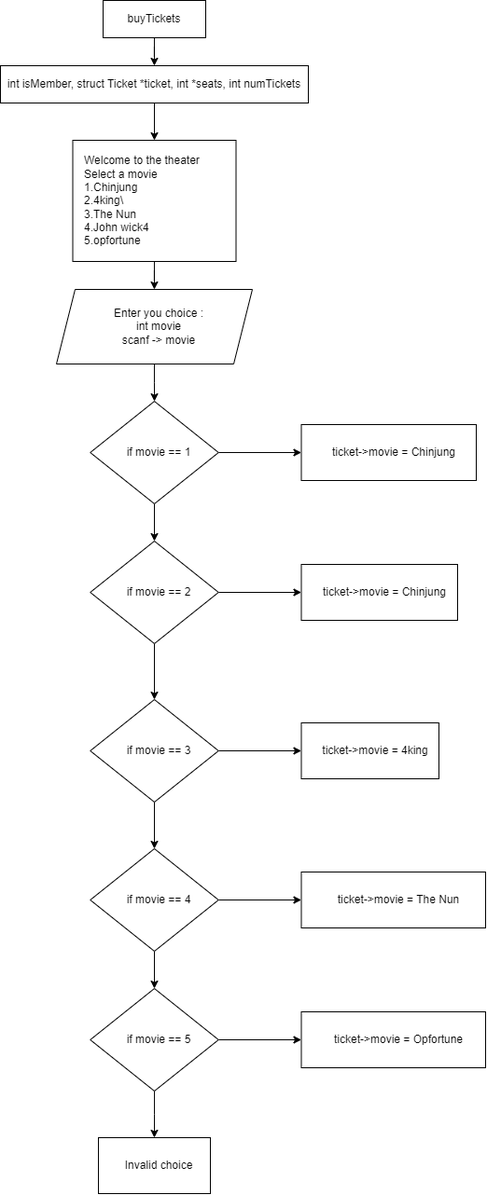
Earlier version of the draw.io export buyTickets.drawio.png (Nuttph/Project_C_Flowchart). Source tidied: cells renumbered, new cells last; positions are measured from the earlier drawing's top-left corner, leaving out a move shared by most shapes.
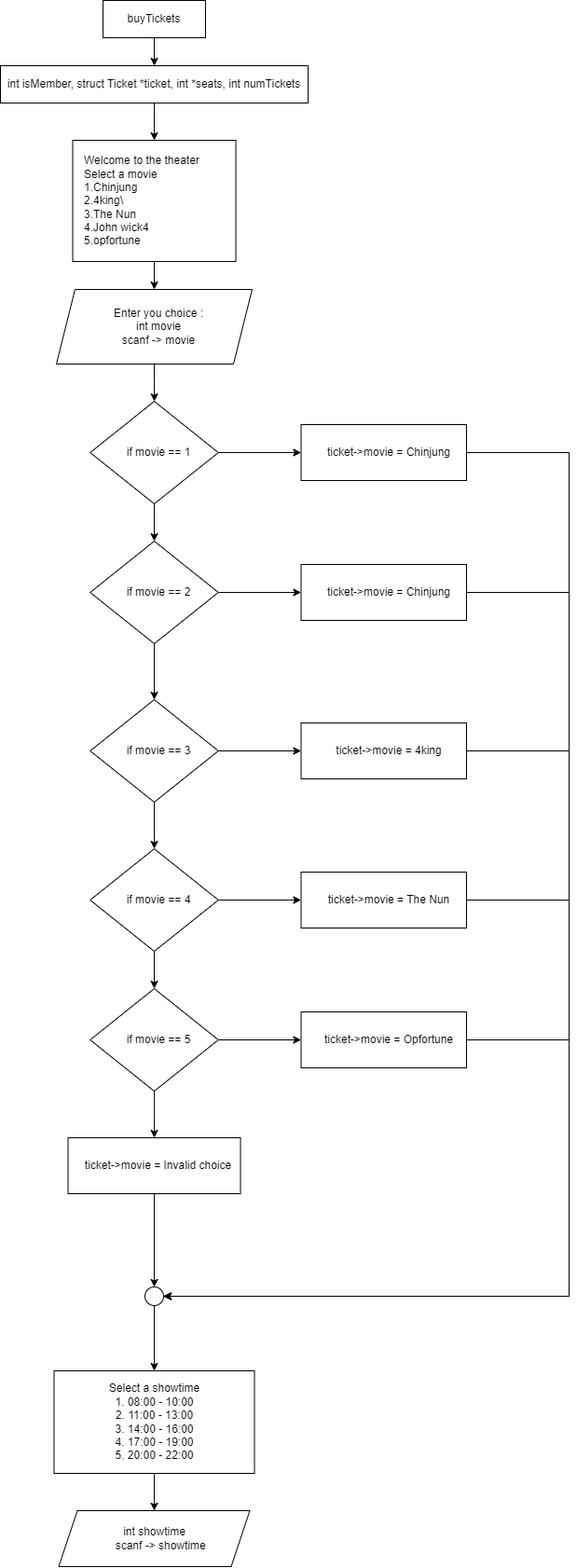
Later version of the same file.

What changed in the source:
```diff
@@ -71,23 +71,81 @@
     <mxCell id="24" value="if movie == 5" style="rhombus;whiteSpace=wrap;html=1;rounded=0;spacingLeft=10;" parent="1" vertex="1">
       <mxGeometry x="96.2" y="1060" width="137.5" height="110" as="geometry" />
     </mxCell>
+    <mxCell id="31" style="edgeStyle=orthogonalEdgeStyle;rounded=0;jettySize=auto;html=1;entryX=0.5;entryY=0;entryDx=0;entryDy=0;" parent="1" edge="1" source="25" target="38">
+      <mxGeometry relative="1" as="geometry" />
+    </mxCell>
-    <mxCell id="25" value="Invalid choice" style="whiteSpace=wrap;html=1;rounded=0;spacingLeft=10;" parent="1" vertex="1">
-      <mxGeometry x="105" y="1220" width="120" height="60" as="geometry" />
+    <mxCell id="25" value="ticket-&amp;gt;movie =&amp;nbsp;Invalid choice" style="whiteSpace=wrap;html=1;rounded=0;spacingLeft=10;" parent="1" vertex="1">
+      <mxGeometry x="72.5" y="1220" width="185" height="60" as="geometry" />
     </mxCell>
+    <mxCell id="32" style="edgeStyle=orthogonalEdgeStyle;rounded=0;jettySize=auto;html=1;entryX=1;entryY=0.5;entryDx=0;entryDy=0;" parent="1" edge="1" source="26" target="38">
+      <mxGeometry relative="1" as="geometry">
+        <Array as="points">
+          <mxPoint x="610" y="485" />
+          <mxPoint x="610" y="1390" />
+        </Array>
+      </mxGeometry>
+    </mxCell>
     <mxCell id="26" value="ticket-&amp;gt;movie =&amp;nbsp;Chinjung" style="whiteSpace=wrap;html=1;rounded=0;spacingLeft=10;" parent="1" vertex="1">
-      <mxGeometry x="322.5" y="455" width="187.5" height="60" as="geometry" />
+      <mxGeometry x="322.5" y="455" width="177.5" height="60" as="geometry" />
     </mxCell>
+    <mxCell id="33" style="edgeStyle=orthogonalEdgeStyle;rounded=0;jettySize=auto;html=1;entryX=1;entryY=0.5;entryDx=0;entryDy=0;" parent="1" edge="1" source="27" target="38">
+      <mxGeometry relative="1" as="geometry">
+        <Array as="points">
+          <mxPoint x="610" y="635" />
+          <mxPoint x="610" y="1390" />
+        </Array>
+      </mxGeometry>
+    </mxCell>
     <mxCell id="27" value="ticket-&amp;gt;movie =&amp;nbsp;Chinjung" style="whiteSpace=wrap;html=1;rounded=0;spacingLeft=10;" parent="1" vertex="1">
-      <mxGeometry x="322.5" y="605" width="167.5" height="60" as="geometry" />
+      <mxGeometry x="322.5" y="605" width="177.5" height="60" as="geometry" />
     </mxCell>
+    <mxCell id="34" style="edgeStyle=orthogonalEdgeStyle;rounded=0;jettySize=auto;html=1;entryX=1;entryY=0.5;entryDx=0;entryDy=0;" parent="1" edge="1" source="28" target="38">
+      <mxGeometry relative="1" as="geometry">
+        <Array as="points">
+          <mxPoint x="610" y="805" />
+          <mxPoint x="610" y="1390" />
+        </Array>
+      </mxGeometry>
+    </mxCell>
     <mxCell id="28" value="ticket-&amp;gt;movie =&amp;nbsp;4king" style="whiteSpace=wrap;html=1;rounded=0;spacingLeft=10;" parent="1" vertex="1">
-      <mxGeometry x="322.5" y="775" width="147.5" height="60" as="geometry" />
+      <mxGeometry x="322.5" y="775" width="177.5" height="60" as="geometry" />
     </mxCell>
+    <mxCell id="35" style="edgeStyle=orthogonalEdgeStyle;rounded=0;jettySize=auto;html=1;entryX=1;entryY=0.5;entryDx=0;entryDy=0;" parent="1" edge="1" source="29" target="38">
+      <mxGeometry relative="1" as="geometry">
+        <Array as="points">
+          <mxPoint x="610" y="965" />
+          <mxPoint x="610" y="1390" />
+        </Array>
+      </mxGeometry>
+    </mxCell>
     <mxCell id="29" value="ticket-&amp;gt;movie =&amp;nbsp;The Nun" style="whiteSpace=wrap;html=1;rounded=0;spacingLeft=10;" parent="1" vertex="1">
-      <mxGeometry x="322.5" y="935" width="197.5" height="60" as="geometry" />
+      <mxGeometry x="322.5" y="935" width="177.5" height="60" as="geometry" />
     </mxCell>
+    <mxCell id="36" style="edgeStyle=orthogonalEdgeStyle;rounded=0;jettySize=auto;html=1;entryX=1;entryY=0.5;entryDx=0;entryDy=0;" parent="1" edge="1" source="30" target="38">
+      <mxGeometry relative="1" as="geometry">
+        <Array as="points">
+          <mxPoint x="610" y="1115" />
+          <mxPoint x="610" y="1390" />
+        </Array>
+      </mxGeometry>
+    </mxCell>
     <mxCell id="30" value="ticket-&amp;gt;movie = Opfortune" style="whiteSpace=wrap;html=1;rounded=0;spacingLeft=10;" parent="1" vertex="1">
-      <mxGeometry x="322.5" y="1085" width="197.5" height="60" as="geometry" />
+      <mxGeometry x="322.5" y="1085" width="177.5" height="60" as="geometry" />
     </mxCell>
+    <mxCell id="37" style="edgeStyle=orthogonalEdgeStyle;rounded=0;jettySize=auto;html=1;" parent="1" edge="1" source="38" target="40">
+      <mxGeometry relative="1" as="geometry" />
+    </mxCell>
+    <mxCell id="38" style="ellipse;whiteSpace=wrap;html=1;" parent="1" vertex="1">
+      <mxGeometry x="155" y="1380" width="20" height="20" as="geometry" />
+    </mxCell>
+    <mxCell id="39" style="edgeStyle=orthogonalEdgeStyle;rounded=0;jettySize=auto;html=1;" parent="1" edge="1" source="40" target="41">
+      <mxGeometry relative="1" as="geometry" />
+    </mxCell>
+    <mxCell id="40" value="Select a showtime&lt;div&gt;&lt;div&gt;1. 08:00 - 10:00&lt;/div&gt;&lt;div&gt;&lt;span style=&quot;background-color: initial;&quot;&gt;2. 11:00 - 13:00&lt;/span&gt;&lt;/div&gt;&lt;div&gt;&lt;span style=&quot;background-color: initial;&quot;&gt;3. 14:00 - 16:00&lt;/span&gt;&lt;/div&gt;&lt;div&gt;&lt;span style=&quot;background-color: initial;&quot;&gt;4. 17:00 - 19:00&lt;/span&gt;&lt;/div&gt;&lt;div&gt;&lt;span style=&quot;background-color: initial;&quot;&gt;5. 20:00 - 22:00&lt;/span&gt;&lt;/div&gt;&lt;/div&gt;" style="whiteSpace=wrap;html=1;" parent="1" vertex="1">
+      <mxGeometry x="57.5" y="1470" width="215" height="110" as="geometry" />
+    </mxCell>
+    <mxCell id="41" value="&lt;div&gt;int showtime&lt;/div&gt;&lt;div&gt;&amp;nbsp; &amp;nbsp; scanf -&amp;gt; showtime&lt;/div&gt;" style="shape=parallelogram;perimeter=parallelogramPerimeter;whiteSpace=wrap;html=1;fixedSize=1;" parent="1" vertex="1">
+      <mxGeometry x="62.5" y="1620" width="205" height="60" as="geometry" />
+    </mxCell>
   </root>
 </mxGraphModel>
```
